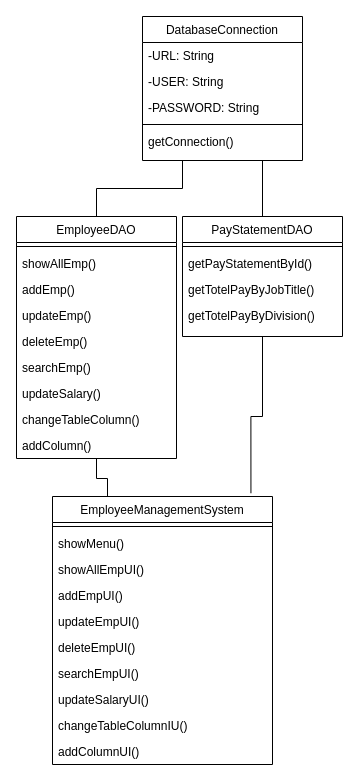
The draw.io diagram Diagram/classDiagram2.drawio in linnypham/CSC3350_project, before the edit. Source tidied: cells renumbered, new cells numbered last; positions are measured from the earlier drawing's top-left corner, leaving out a move shared by most shapes. Both pictures are drawn from the tidied source at 100%, with x=0, y=0 at pixel (16, 16).
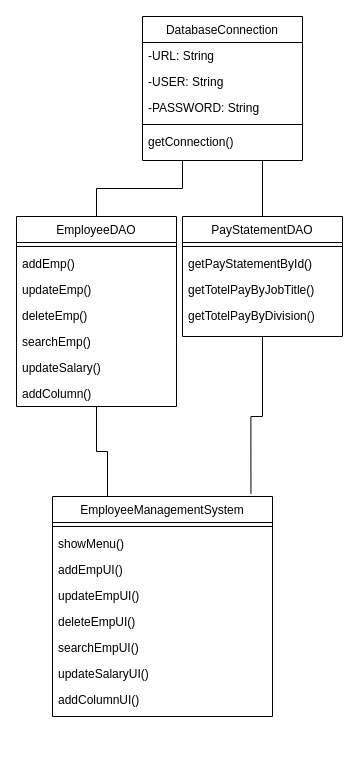
The same diagram, later.

Change to the diagram source:
```diff
@@
     <mxCell id="4" value="EmployeeDAO" style="swimlane;fontStyle=0;align=center;verticalAlign=top;horizontal=1;startSize=26;rounded=0;shadow=0;strokeWidth=1;" parent="1" vertex="1">
-      <mxGeometry y="200" width="160" height="242" as="geometry" />
+      <mxGeometry y="200" width="160" height="190" as="geometry" />
     </mxCell>
@@
-    <mxCell id="6" value="showAllEmp()" style="text;align=left;verticalAlign=top;spacingLeft=4;spacingRight=4;overflow=hidden;" parent="4" vertex="1">
-      <mxGeometry y="34" width="160" height="26" as="geometry" />
-    </mxCell>
     <mxCell id="7" value="addEmp()" style="text;align=left;verticalAlign=top;spacingLeft=4;spacingRight=4;overflow=hidden;" parent="4" vertex="1">
-      <mxGeometry y="60" width="160" height="26" as="geometry" />
+      <mxGeometry y="34" width="160" height="26" as="geometry" />
     </mxCell>
     <mxCell id="8" value="updateEmp()" style="text;align=left;verticalAlign=top;spacingLeft=4;spacingRight=4;overflow=hidden;" parent="4" vertex="1">
-      <mxGeometry y="86" width="160" height="26" as="geometry" />
+      <mxGeometry y="60" width="160" height="26" as="geometry" />
     </mxCell>
     <mxCell id="9" value="deleteEmp()" style="text;align=left;verticalAlign=top;spacingLeft=4;spacingRight=4;overflow=hidden;" parent="4" vertex="1">
-      <mxGeometry y="112" width="160" height="26" as="geometry" />
+      <mxGeometry y="86" width="160" height="26" as="geometry" />
     </mxCell>
     <mxCell id="10" value="searchEmp()" style="text;align=left;verticalAlign=top;spacingLeft=4;spacingRight=4;overflow=hidden;" parent="4" vertex="1">
-      <mxGeometry y="138" width="160" height="26" as="geometry" />
+      <mxGeometry y="112" width="160" height="26" as="geometry" />
     </mxCell>
     <mxCell id="11" value="updateSalary()" style="text;align=left;verticalAlign=top;spacingLeft=4;spacingRight=4;overflow=hidden;" parent="4" vertex="1">
-      <mxGeometry y="164" width="160" height="26" as="geometry" />
+      <mxGeometry y="138" width="160" height="26" as="geometry" />
     </mxCell>
-    <mxCell id="12" value="changeTableColumn()" style="text;align=left;verticalAlign=top;spacingLeft=4;spacingRight=4;overflow=hidden;" parent="4" vertex="1">
-      <mxGeometry y="190" width="160" height="26" as="geometry" />
-    </mxCell>
     <mxCell id="13" value="addColumn()" style="text;align=left;verticalAlign=top;spacingLeft=4;spacingRight=4;overflow=hidden;" parent="4" vertex="1">
-      <mxGeometry y="216" width="160" height="26" as="geometry" />
+      <mxGeometry y="164" width="160" height="26" as="geometry" />
     </mxCell>
@@
     <mxCell id="21" value="EmployeeManagementSystem" style="swimlane;fontStyle=0;align=center;verticalAlign=top;horizontal=1;startSize=26;rounded=0;shadow=0;strokeWidth=1;" parent="1" vertex="1">
-      <mxGeometry x="36" y="480" width="220" height="268" as="geometry" />
+      <mxGeometry x="36" y="480" width="220" height="220" as="geometry" />
     </mxCell>
@@
-    <mxCell id="24" value="showAllEmpUI()" style="text;align=left;verticalAlign=top;spacingLeft=4;spacingRight=4;overflow=hidden;" parent="21" vertex="1">
-      <mxGeometry y="60" width="220" height="26" as="geometry" />
-    </mxCell>
     <mxCell id="25" value="addEmpUI()" style="text;align=left;verticalAlign=top;spacingLeft=4;spacingRight=4;overflow=hidden;" parent="21" vertex="1">
-      <mxGeometry y="86" width="220" height="26" as="geometry" />
+      <mxGeometry y="60" width="220" height="26" as="geometry" />
     </mxCell>
     <mxCell id="26" value="updateEmpUI()" style="text;align=left;verticalAlign=top;spacingLeft=4;spacingRight=4;overflow=hidden;" parent="21" vertex="1">
-      <mxGeometry y="112" width="220" height="26" as="geometry" />
+      <mxGeometry y="86" width="220" height="26" as="geometry" />
     </mxCell>
     <mxCell id="27" value="deleteEmpUI()" style="text;align=left;verticalAlign=top;spacingLeft=4;spacingRight=4;overflow=hidden;" parent="21" vertex="1">
-      <mxGeometry y="138" width="220" height="26" as="geometry" />
+      <mxGeometry y="112" width="220" height="26" as="geometry" />
     </mxCell>
     <mxCell id="28" value="searchEmpUI()" style="text;align=left;verticalAlign=top;spacingLeft=4;spacingRight=4;overflow=hidden;" parent="21" vertex="1">
-      <mxGeometry y="164" width="220" height="26" as="geometry" />
+      <mxGeometry y="138" width="220" height="26" as="geometry" />
     </mxCell>
     <mxCell id="29" value="updateSalaryUI()" style="text;align=left;verticalAlign=top;spacingLeft=4;spacingRight=4;overflow=hidden;" parent="21" vertex="1">
-      <mxGeometry y="190" width="220" height="26" as="geometry" />
+      <mxGeometry y="164" width="220" height="26" as="geometry" />
     </mxCell>
-    <mxCell id="30" value="changeTableColumnIU()" style="text;align=left;verticalAlign=top;spacingLeft=4;spacingRight=4;overflow=hidden;" parent="21" vertex="1">
-      <mxGeometry y="216" width="220" height="26" as="geometry" />
-    </mxCell>
     <mxCell id="31" value="addColumnUI()" style="text;align=left;verticalAlign=top;spacingLeft=4;spacingRight=4;overflow=hidden;" parent="21" vertex="1">
-      <mxGeometry y="242" width="220" height="26" as="geometry" />
+      <mxGeometry y="190" width="220" height="26" as="geometry" />
     </mxCell>
```
